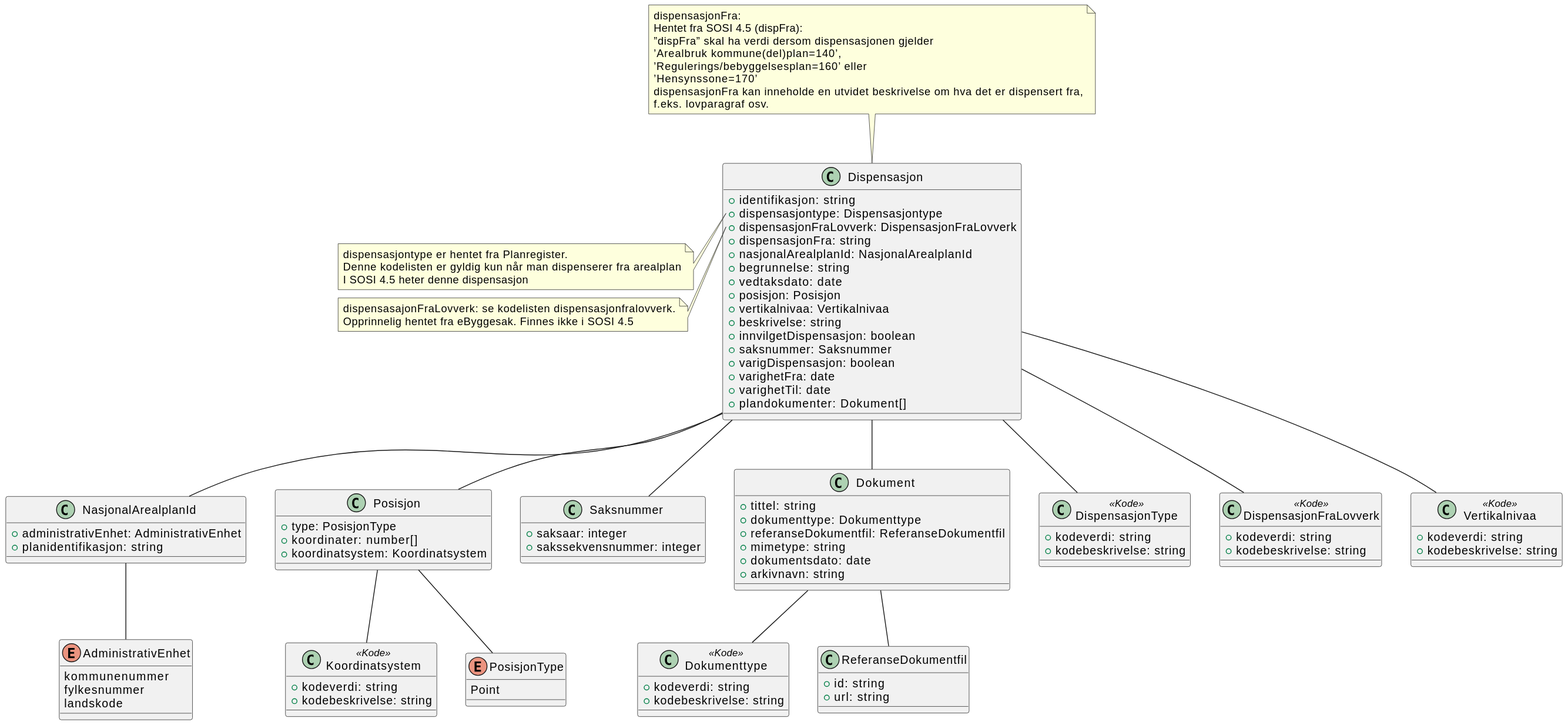
The PlantUML diagram Dokumentasjon/V2/ClassDiagrams/no.ks.fiks.plan.v2.felles.dispensasjon/dispensasjon.svg in ks-no/fiks-plan-specification, before a commit. Its diagram source:
```plantuml
@startuml
!include ./../no.ks.fiks.plan.v2.felles.nasjonalarealplanid/nasjonalarealplanid.pu
!include ./../no.ks.fiks.plan.v2.felles.posisjon/posisjon.pu
!include ./../no.ks.fiks.plan.v2.felles.saksnummer/saksnummer.pu
!include ./../no.ks.fiks.plan.v2.felles.dokument/dokument.pu

class Dispensasjon {
    +identifikasjon: string
    +dispensasjontype: Dispensasjontype
    +dispensasjonFraLovverk: DispensasjonFraLovverk
    +dispensasjonFra: string
    +nasjonalArealplanId: NasjonalArealplanId
    +begrunnelse: string
    +vedtaksdato:  date
    +posisjon: Posisjon
    +vertikalnivaa: Vertikalnivaa
    +beskrivelse: string
    +innvilgetDispensasjon: boolean
    +saksnummer: Saksnummer
    +varigDispensasjon: boolean
    +varighetFra: date
    +varighetTil: date
    +plandokumenter: Dokument[]
}

note left of Dispensasjon::dispensasjontype
    dispensasjontype er hentet fra Planregister.
    Denne kodelisten er gyldig kun når man dispenserer fra arealplan
    I SOSI 4.5 heter denne dispensasjon
end note

note left of Dispensasjon::dispensasjonFraLovverk
    dispensasajonFraLovverk: se kodelisten dispensasjonfralovverk.
    Opprinnelig hentet fra eByggesak. Finnes ikke i SOSI 4.5
end note

note top of Dispensasjon
    dispensasjonFra:
    Hentet fra SOSI 4.5 (dispFra):
    ”dispFra” skal ha verdi dersom dispensasjonen gjelder
    ’Arealbruk kommune(del)plan=140’,
    ’Regulerings/bebyggelsesplan=160’ eller
    ’Hensynssone=170’
    dispensasjonFra kan inneholde en utvidet beskrivelse om hva det er dispensert fra,
    f.eks. lovparagraf osv.
end note

Dispensasjon -- DispensasjonType
Dispensasjon -- DispensasjonFraLovverk
Dispensasjon -- Vertikalnivaa
Dispensasjon -- NasjonalArealplanId
Dispensasjon -- Posisjon
Dispensasjon -- Saksnummer
Dispensasjon -- Dokument

class DispensasjonType <<Kode>> {
    +kodeverdi: string
    +kodebeskrivelse: string
}

class DispensasjonFraLovverk <<Kode>> {
    +kodeverdi: string
    +kodebeskrivelse: string
}

class Vertikalnivaa <<Kode>> {
    +kodeverdi: string
    +kodebeskrivelse: string
}
@enduml
```
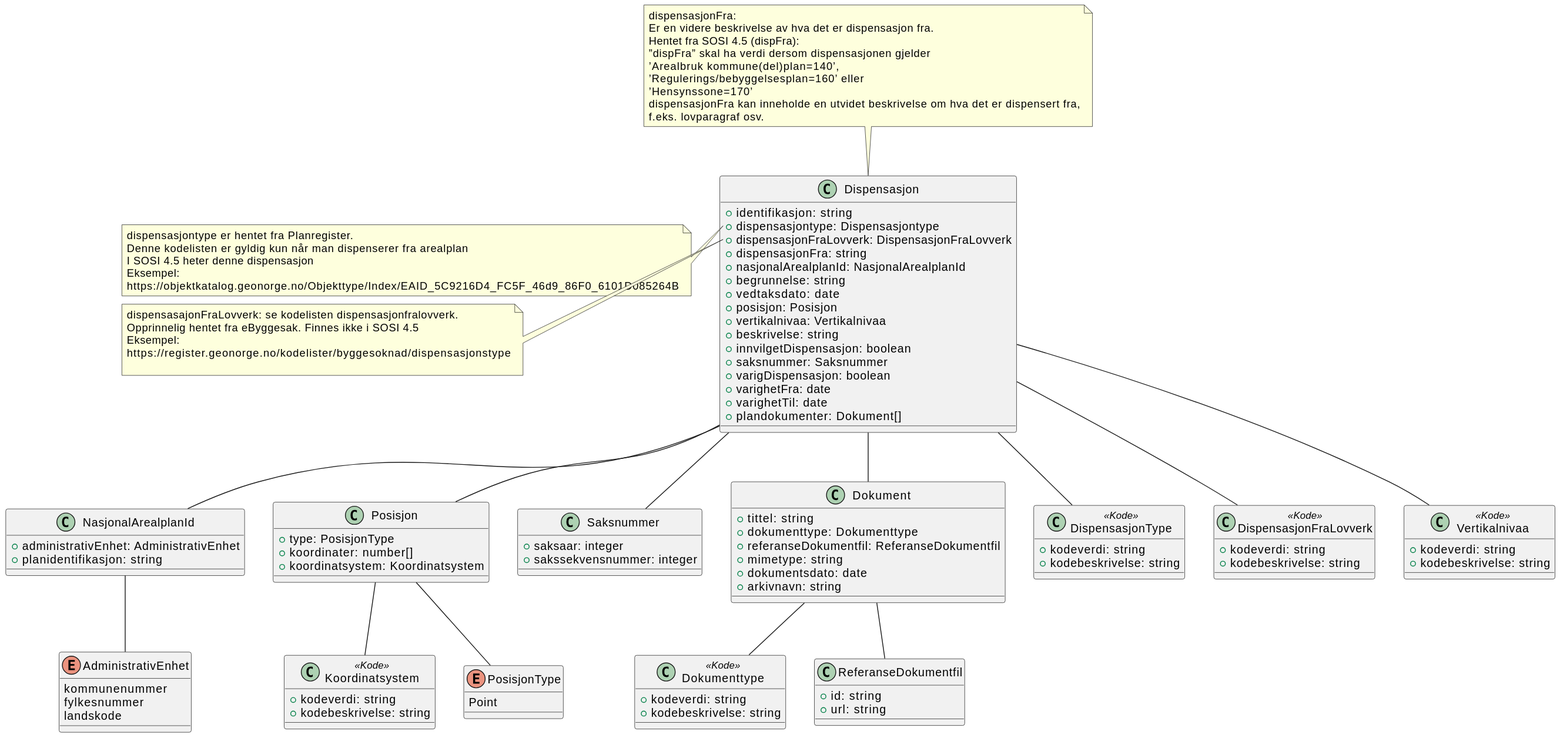
The same diagram one commit later.

Commit message:
Generert nye bilder til dispensasjon class diagram

What changed in the source:
```diff
@@ -27,15 +27,21 @@
     dispensasjontype er hentet fra Planregister.
     Denne kodelisten er gyldig kun når man dispenserer fra arealplan
     I SOSI 4.5 heter denne dispensasjon
+    Eksempel:
+    https://objektkatalog.geonorge.no/Objekttype/Index/EAID_5C9216D4_FC5F_46d9_86F0_6101D085264B
 end note
 
 note left of Dispensasjon::dispensasjonFraLovverk
     dispensasajonFraLovverk: se kodelisten dispensasjonfralovverk.
     Opprinnelig hentet fra eByggesak. Finnes ikke i SOSI 4.5
+    Eksempel:
+    https://register.geonorge.no/kodelister/byggesoknad/dispensasjonstype
+
 end note
 
 note top of Dispensasjon
     dispensasjonFra:
+    Er en videre beskrivelse av hva det er dispensasjon fra.
     Hentet fra SOSI 4.5 (dispFra):
     ”dispFra” skal ha verdi dersom dispensasjonen gjelder
     ’Arealbruk kommune(del)plan=140’,
```
